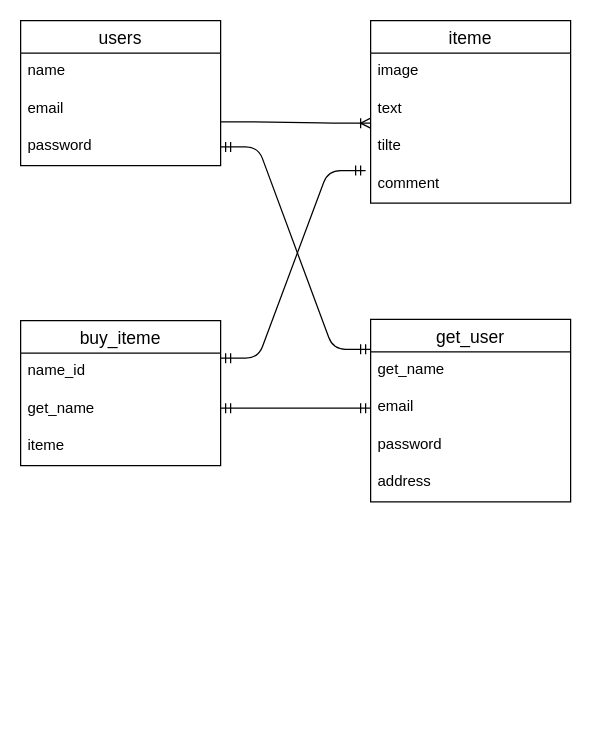
Above: furima-36724.dio in shimiken0404/furima-36724 (draw.io), before the change. Source tidied: cells renumbered, new cells numbered last; positions are measured from the earlier drawing's top-left corner, leaving out a move shared by most shapes. Both pictures are drawn from the tidied source at 125%, with x=0, y=0 at pixel (20, 20).
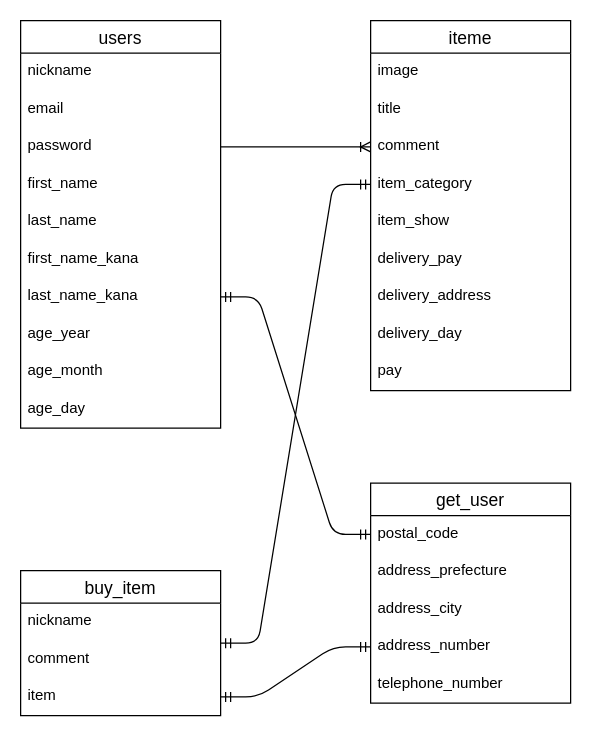
Above is the later version.

Commit message (it also covers changes not shown here):
アソシエーション関係図２

Unchanged cells that the change refers to:
```xml
<mxCell id="4" value="email" style="text;strokeColor=none;fillColor=none;spacingLeft=4;spacingRight=4;overflow=hidden;points=[[0,0.5],[1,0.5]];portConstraint=eastwest;fontSize=12;" parent="2" vertex="1">
  <mxGeometry y="56" width="160" height="30" as="geometry" />
</mxCell>
<mxCell id="5" value="password" style="text;strokeColor=none;fillColor=none;spacingLeft=4;spacingRight=4;overflow=hidden;points=[[0,0.5],[1,0.5]];portConstraint=eastwest;fontSize=12;" parent="2" vertex="1">
  <mxGeometry y="86" width="160" height="30" as="geometry" />
</mxCell>
```

Diff of the diagram source:
```diff
@@
     <mxCell id="2" value="users" style="swimlane;fontStyle=0;horizontal=1;startSize=26;align=center;fontSize=14;" parent="1" vertex="1">
-      <mxGeometry width="160" height="116" as="geometry" />
+      <mxGeometry width="160" height="326" as="geometry" />
     </mxCell>
-    <mxCell id="3" value="name" style="text;strokeColor=none;fillColor=none;spacingLeft=4;spacingRight=4;overflow=hidden;fontSize=12;rounded=0;" parent="2" vertex="1">
+    <mxCell id="3" value="nickname" style="text;strokeColor=none;fillColor=none;spacingLeft=4;spacingRight=4;overflow=hidden;fontSize=12;rounded=0;" parent="2" vertex="1">
       <mxGeometry y="26" width="160" height="30" as="geometry" />
     </mxCell>
@@
+    <mxCell id="24" value="first_name" style="text;strokeColor=none;fillColor=none;spacingLeft=4;spacingRight=4;overflow=hidden;fontSize=12;" parent="2" vertex="1">
+      <mxGeometry y="116" width="160" height="30" as="geometry" />
+    </mxCell>
+    <mxCell id="25" value="last_name" style="text;strokeColor=none;fillColor=none;spacingLeft=4;spacingRight=4;overflow=hidden;fontSize=12;" parent="2" vertex="1">
+      <mxGeometry y="146" width="160" height="30" as="geometry" />
+    </mxCell>
+    <mxCell id="26" value="first_name_kana" style="text;strokeColor=none;fillColor=none;spacingLeft=4;spacingRight=4;overflow=hidden;fontSize=12;" parent="2" vertex="1">
+      <mxGeometry y="176" width="160" height="30" as="geometry" />
+    </mxCell>
+    <mxCell id="27" value="last_name_kana" style="text;strokeColor=none;fillColor=none;spacingLeft=4;spacingRight=4;overflow=hidden;points=[[0,0.5],[1,0.5]];portConstraint=eastwest;fontSize=12;" parent="2" vertex="1">
+      <mxGeometry y="206" width="160" height="30" as="geometry" />
+    </mxCell>
+    <mxCell id="28" value="age_year" style="text;strokeColor=none;fillColor=none;spacingLeft=4;spacingRight=4;overflow=hidden;fontSize=12;" parent="2" vertex="1">
+      <mxGeometry y="236" width="160" height="30" as="geometry" />
+    </mxCell>
+    <mxCell id="29" value="age_month" style="text;strokeColor=none;fillColor=none;spacingLeft=4;spacingRight=4;overflow=hidden;fontSize=12;" parent="2" vertex="1">
+      <mxGeometry y="266" width="160" height="30" as="geometry" />
+    </mxCell>
+    <mxCell id="30" value="age_day" style="text;strokeColor=none;fillColor=none;spacingLeft=4;spacingRight=4;overflow=hidden;fontSize=12;" parent="2" vertex="1">
+      <mxGeometry y="296" width="160" height="30" as="geometry" />
+    </mxCell>
     <mxCell id="6" value="iteme" style="swimlane;fontStyle=0;horizontal=1;startSize=26;align=center;fontSize=14;" parent="1" vertex="1">
-      <mxGeometry x="280" width="160" height="146" as="geometry" />
+      <mxGeometry x="280" width="160" height="296" as="geometry" />
     </mxCell>
@@
-    <mxCell id="8" value="text" style="text;strokeColor=none;fillColor=none;spacingLeft=4;spacingRight=4;overflow=hidden;points=[[0,0.5],[1,0.5]];portConstraint=eastwest;fontSize=12;" parent="6" vertex="1">
+    <mxCell id="8" value="title" style="text;strokeColor=none;fillColor=none;spacingLeft=4;spacingRight=4;overflow=hidden;points=[[0,0.5],[1,0.5]];portConstraint=eastwest;fontSize=12;" parent="6" vertex="1">
       <mxGeometry y="56" width="160" height="30" as="geometry" />
     </mxCell>
-    <mxCell id="9" value="tilte" style="text;strokeColor=none;fillColor=none;spacingLeft=4;spacingRight=4;overflow=hidden;points=[[0,0.5],[1,0.5]];portConstraint=eastwest;fontSize=12;" parent="6" vertex="1">
+    <mxCell id="9" value="comment" style="text;strokeColor=none;fillColor=none;spacingLeft=4;spacingRight=4;overflow=hidden;points=[[0,0.5],[1,0.5]];portConstraint=eastwest;fontSize=12;" parent="6" vertex="1">
       <mxGeometry y="86" width="160" height="30" as="geometry" />
     </mxCell>
-    <mxCell id="10" value="comment" style="text;strokeColor=none;fillColor=none;spacingLeft=4;spacingRight=4;overflow=hidden;points=[[0,0.5],[1,0.5]];portConstraint=eastwest;fontSize=12;" parent="6" vertex="1">
+    <mxCell id="10" value="item_category" style="text;strokeColor=none;fillColor=none;spacingLeft=4;spacingRight=4;overflow=hidden;points=[[0,0.5],[1,0.5]];portConstraint=eastwest;fontSize=12;" parent="6" vertex="1">
       <mxGeometry y="116" width="160" height="30" as="geometry" />
     </mxCell>
+    <mxCell id="31" value="item_show" style="text;strokeColor=none;fillColor=none;spacingLeft=4;spacingRight=4;overflow=hidden;fontSize=12;" parent="6" vertex="1">
+      <mxGeometry y="146" width="160" height="30" as="geometry" />
+    </mxCell>
+    <mxCell id="32" value="delivery_pay" style="text;strokeColor=none;fillColor=none;spacingLeft=4;spacingRight=4;overflow=hidden;fontSize=12;" parent="6" vertex="1">
+      <mxGeometry y="176" width="160" height="30" as="geometry" />
+    </mxCell>
+    <mxCell id="33" value="delivery_address" style="text;strokeColor=none;fillColor=none;spacingLeft=4;spacingRight=4;overflow=hidden;fontSize=12;" parent="6" vertex="1">
+      <mxGeometry y="206" width="160" height="30" as="geometry" />
+    </mxCell>
+    <mxCell id="34" value="delivery_day" style="text;strokeColor=none;fillColor=none;spacingLeft=4;spacingRight=4;overflow=hidden;fontSize=12;" parent="6" vertex="1">
+      <mxGeometry y="236" width="160" height="30" as="geometry" />
+    </mxCell>
+    <mxCell id="35" value="pay" style="text;strokeColor=none;fillColor=none;spacingLeft=4;spacingRight=4;overflow=hidden;fontSize=12;" parent="6" vertex="1">
+      <mxGeometry y="266" width="160" height="30" as="geometry" />
+    </mxCell>
-    <mxCell id="11" value="buy_iteme" style="swimlane;fontStyle=0;horizontal=1;startSize=26;align=center;fontSize=14;" parent="1" vertex="1">
-      <mxGeometry y="240" width="160" height="116" as="geometry" />
+    <mxCell id="11" value="buy_item" style="swimlane;fontStyle=0;horizontal=1;startSize=26;align=center;fontSize=14;" parent="1" vertex="1">
+      <mxGeometry y="440" width="160" height="116" as="geometry" />
     </mxCell>
-    <mxCell id="12" value="name_id" style="text;strokeColor=none;fillColor=none;spacingLeft=4;spacingRight=4;overflow=hidden;fontSize=12;" parent="11" vertex="1">
+    <mxCell id="12" value="nickname" style="text;strokeColor=none;fillColor=none;spacingLeft=4;spacingRight=4;overflow=hidden;fontSize=12;" parent="11" vertex="1">
       <mxGeometry y="26" width="160" height="30" as="geometry" />
     </mxCell>
-    <mxCell id="13" value="get_name" style="text;strokeColor=none;fillColor=none;spacingLeft=4;spacingRight=4;overflow=hidden;fontSize=12;" parent="11" vertex="1">
+    <mxCell id="13" value="comment" style="text;strokeColor=none;fillColor=none;spacingLeft=4;spacingRight=4;overflow=hidden;fontSize=12;" parent="11" vertex="1">
       <mxGeometry y="56" width="160" height="30" as="geometry" />
     </mxCell>
-    <mxCell id="14" value="iteme" style="text;strokeColor=none;fillColor=none;spacingLeft=4;spacingRight=4;overflow=hidden;points=[[0,0.5],[1,0.5]];portConstraint=eastwest;fontSize=12;" parent="11" vertex="1">
+    <mxCell id="14" value="item" style="text;strokeColor=none;fillColor=none;spacingLeft=4;spacingRight=4;overflow=hidden;points=[[0,0.5],[1,0.5]];portConstraint=eastwest;fontSize=12;" parent="11" vertex="1">
       <mxGeometry y="86" width="160" height="30" as="geometry" />
     </mxCell>
     <mxCell id="15" value="get_user" style="swimlane;fontStyle=0;horizontal=1;startSize=26;align=center;fontSize=14;" parent="1" vertex="1">
-      <mxGeometry x="280" y="239" width="160" height="146" as="geometry" />
+      <mxGeometry x="280" y="370" width="160" height="176" as="geometry" />
     </mxCell>
-    <mxCell id="16" value="get_name" style="text;strokeColor=none;fillColor=none;spacingLeft=4;spacingRight=4;overflow=hidden;points=[[0,0.5],[1,0.5]];portConstraint=eastwest;fontSize=12;" parent="15" vertex="1">
+    <mxCell id="16" value="postal_code" style="text;strokeColor=none;fillColor=none;spacingLeft=4;spacingRight=4;overflow=hidden;points=[[0,0.5],[1,0.5]];portConstraint=eastwest;fontSize=12;" parent="15" vertex="1">
       <mxGeometry y="26" width="160" height="30" as="geometry" />
     </mxCell>
-    <mxCell id="17" value="email" style="text;strokeColor=none;fillColor=none;spacingLeft=4;spacingRight=4;overflow=hidden;points=[[0,0.5],[1,0.5]];portConstraint=eastwest;fontSize=12;" parent="15" vertex="1">
+    <mxCell id="17" value="address_prefecture" style="text;strokeColor=none;fillColor=none;spacingLeft=4;spacingRight=4;overflow=hidden;points=[[0,0.5],[1,0.5]];portConstraint=eastwest;fontSize=12;" parent="15" vertex="1">
       <mxGeometry y="56" width="160" height="30" as="geometry" />
     </mxCell>
-    <mxCell id="18" value="password" style="text;strokeColor=none;fillColor=none;spacingLeft=4;spacingRight=4;overflow=hidden;fontSize=12;" parent="15" vertex="1">
+    <mxCell id="18" value="address_city" style="text;strokeColor=none;fillColor=none;spacingLeft=4;spacingRight=4;overflow=hidden;fontSize=12;" parent="15" vertex="1">
       <mxGeometry y="86" width="160" height="30" as="geometry" />
     </mxCell>
-    <mxCell id="19" value="address" style="text;strokeColor=none;fillColor=none;spacingLeft=4;spacingRight=4;overflow=hidden;points=[[0,0.5],[1,0.5]];portConstraint=eastwest;fontSize=12;" parent="15" vertex="1">
+    <mxCell id="19" value="address_number" style="text;strokeColor=none;fillColor=none;spacingLeft=4;spacingRight=4;overflow=hidden;points=[[0,0.5],[1,0.5]];portConstraint=eastwest;fontSize=12;" parent="15" vertex="1">
       <mxGeometry y="116" width="160" height="30" as="geometry" />
     </mxCell>
+    <mxCell id="36" value="telephone_number" style="text;strokeColor=none;fillColor=none;spacingLeft=4;spacingRight=4;overflow=hidden;fontSize=12;" parent="15" vertex="1">
+      <mxGeometry y="146" width="160" height="30" as="geometry" />
+    </mxCell>
-    <mxCell id="20" style="edgeStyle=entityRelationEdgeStyle;fontSize=12;html=1;endArrow=ERoneToMany;entryX=0;entryY=0.867;entryDx=0;entryDy=0;entryPerimeter=0;exitX=1;exitY=0.833;exitDx=0;exitDy=0;exitPerimeter=0;" parent="1" edge="1" source="4" target="8">
+    <mxCell id="20" style="edgeStyle=entityRelationEdgeStyle;fontSize=12;html=1;endArrow=ERoneToMany;" parent="1" edge="1" source="5" target="9">
       <mxGeometry relative="1" as="geometry" />
     </mxCell>
-    <mxCell id="21" style="edgeStyle=entityRelationEdgeStyle;fontSize=12;html=1;endArrow=ERmandOne;startArrow=ERmandOne;exitX=1;exitY=0.5;exitDx=0;exitDy=0;entryX=0;entryY=0.164;entryDx=0;entryDy=0;entryPerimeter=0;" parent="1" edge="1" source="5" target="15">
+    <mxCell id="21" style="edgeStyle=entityRelationEdgeStyle;fontSize=12;html=1;endArrow=ERmandOne;startArrow=ERmandOne;" parent="1" edge="1" source="27" target="16">
       <mxGeometry relative="1" as="geometry" />
     </mxCell>
-    <mxCell id="22" style="edgeStyle=entityRelationEdgeStyle;fontSize=12;html=1;endArrow=ERmandOne;startArrow=ERmandOne;entryX=-0.025;entryY=0.133;entryDx=0;entryDy=0;entryPerimeter=0;" parent="1" edge="1" target="10">
-      <mxGeometry relative="1" as="geometry">
-        <mxPoint x="160" y="270" as="sourcePoint" />
-      </mxGeometry>
+    <mxCell id="22" style="edgeStyle=entityRelationEdgeStyle;fontSize=12;html=1;endArrow=ERmandOne;startArrow=ERmandOne;" parent="1" edge="1" source="11" target="10">
+      <mxGeometry relative="1" as="geometry" />
     </mxCell>
-    <mxCell id="23" style="edgeStyle=entityRelationEdgeStyle;fontSize=12;html=1;endArrow=ERmandOne;startArrow=ERmandOne;entryX=0;entryY=0.5;entryDx=0;entryDy=0;" parent="1" edge="1" target="17">
-      <mxGeometry relative="1" as="geometry">
-        <mxPoint x="160" y="310" as="sourcePoint" />
-      </mxGeometry>
+    <mxCell id="23" style="edgeStyle=entityRelationEdgeStyle;fontSize=12;html=1;endArrow=ERmandOne;startArrow=ERmandOne;" parent="1" edge="1" source="14" target="19">
+      <mxGeometry relative="1" as="geometry" />
     </mxCell>
```
